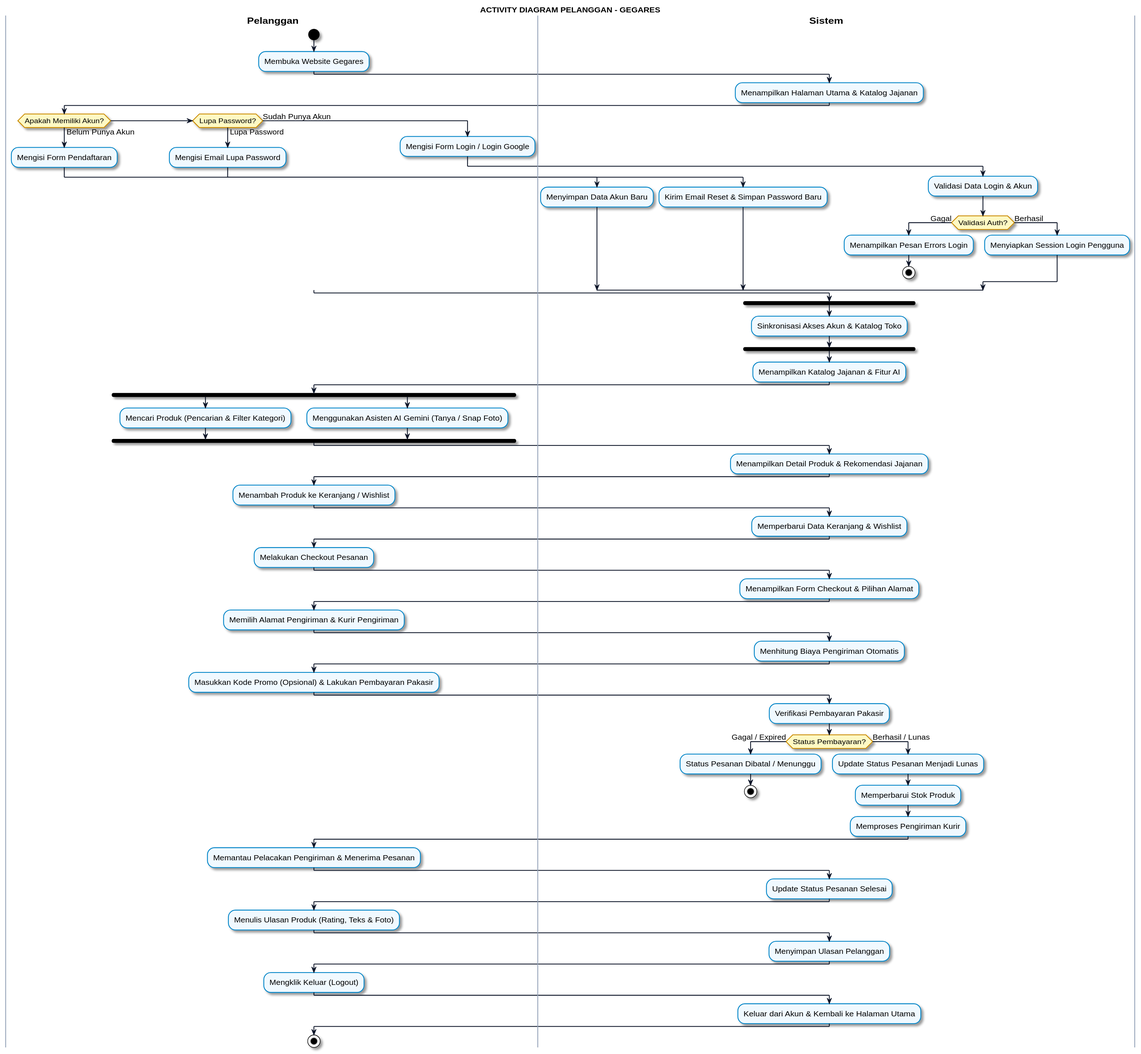
Above: diagrams/activity_diagram_pelanggan.svg in greedykid/gegares_toko (PlantUML), before the change.
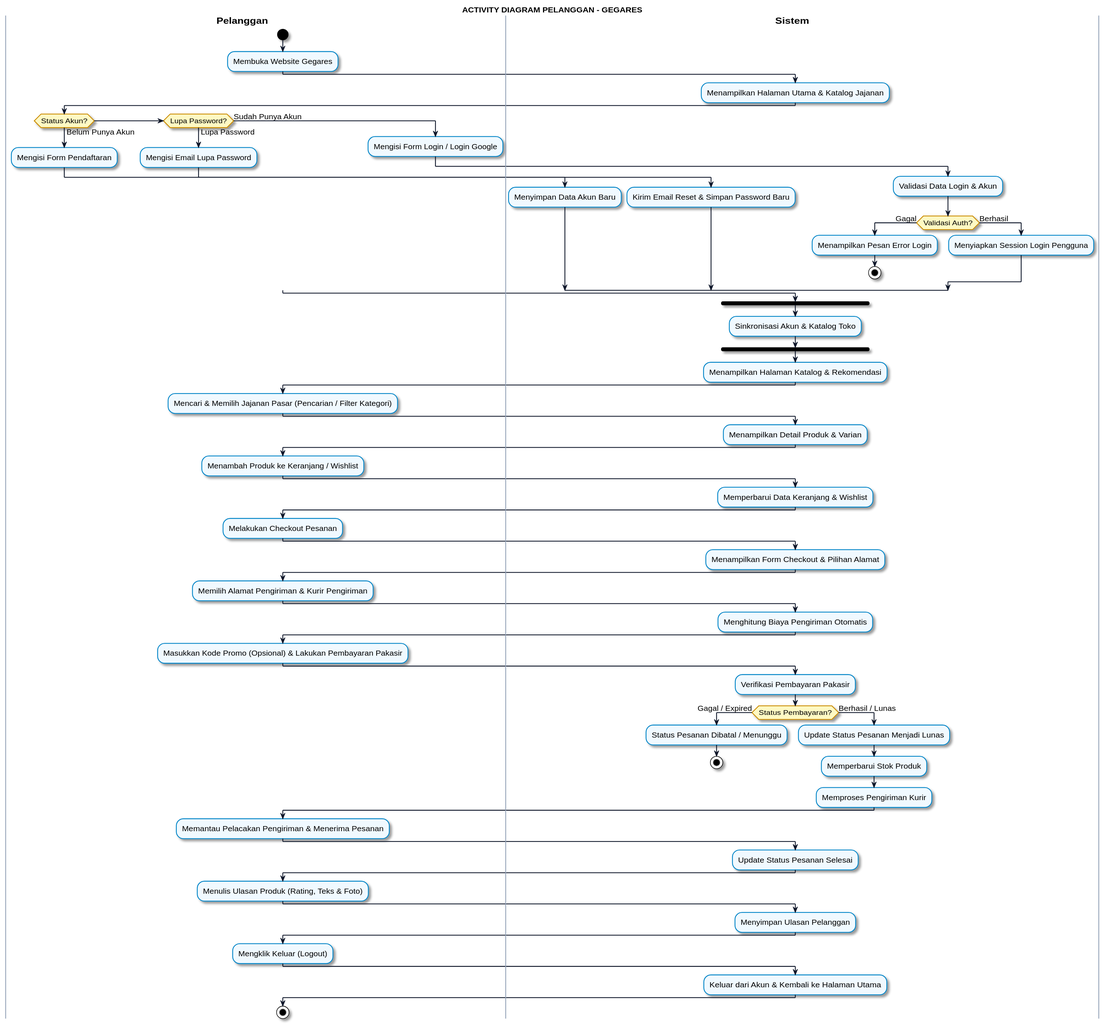
The same file after the commit.

Change to the diagram source:
```diff
@@ -15,9 +15,7 @@
 skinparam SwimlaneTitleFontStyle bold
 skinparam SwimlaneBorderColor #94A3B8
 skinparam SwimlaneBorderThickness 1.5
-skinparam SwimlaneWidth 320
-skinparam NoteBackgroundColor #FFFBEB
-skinparam NoteBorderColor #F59E0B
+skinparam SwimlaneWidth 280
 
 title **ACTIVITY DIAGRAM PELANGGAN - GEGARES**
 
@@ -29,7 +27,7 @@
 :Menampilkan Halaman Utama & Katalog Jajanan;
 
 |Pelanggan|
-if (Apakah Memiliki Akun?) then (Belum Punya Akun)
+if (Status Akun?) then (Belum Punya Akun)
   |Pelanggan|
   :Mengisi Form Pendaftaran;
   |Sistem|
@@ -45,7 +43,7 @@
   |Sistem|
   :Validasi Data Login & Akun;
   if (Validasi Auth?) then (Gagal)
-    :Menampilkan Pesan Errors Login;
+    :Menampilkan Pesan Error Login;
     stop
   else (Berhasil)
     :Menyiapkan Session Login Pengguna;
@@ -54,20 +52,16 @@
 
 |Sistem|
 fork
-  :Sinkronisasi Akses Akun & Katalog Toko;
+  :Sinkronisasi Akun & Katalog Toko;
 end fork
 
-:Menampilkan Katalog Jajanan & Fitur AI;
+:Menampilkan Halaman Katalog & Rekomendasi;
 
 |Pelanggan|
-fork
-  :Mencari Produk (Pencarian & Filter Kategori);
-fork again
-  :Menggunakan Asisten AI Gemini (Tanya / Snap Foto);
-end fork
+:Mencari & Memilih Jajanan Pasar (Pencarian / Filter Kategori);
 
 |Sistem|
-:Menampilkan Detail Produk & Rekomendasi Jajanan;
+:Menampilkan Detail Produk & Varian;
 
 |Pelanggan|
 :Menambah Produk ke Keranjang / Wishlist;
@@ -85,7 +79,7 @@
 :Memilih Alamat Pengiriman & Kurir Pengiriman;
 
 |Sistem|
-:Menhitung Biaya Pengiriman Otomatis;
+:Menghitung Biaya Pengiriman Otomatis;
 
 |Pelanggan|
 :Masukkan Kode Promo (Opsional) & Lakukan Pembayaran Pakasir;
```
